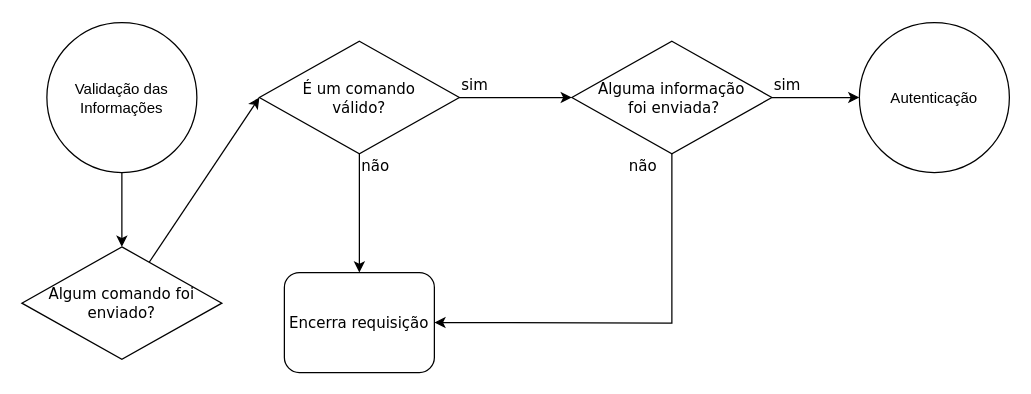
The draw.io diagram page "Validação" (2 of 5) of diagramas e dados/diagramas/http.drawio in rhulio/tcc, before the edit. Source tidied: cells renumbered, new cells numbered last; positions are measured from the earlier drawing's top-left corner, leaving out a move shared by most shapes. Both pictures are drawn from the tidied source at 125%, with x=0, y=0 at pixel (21, 22).
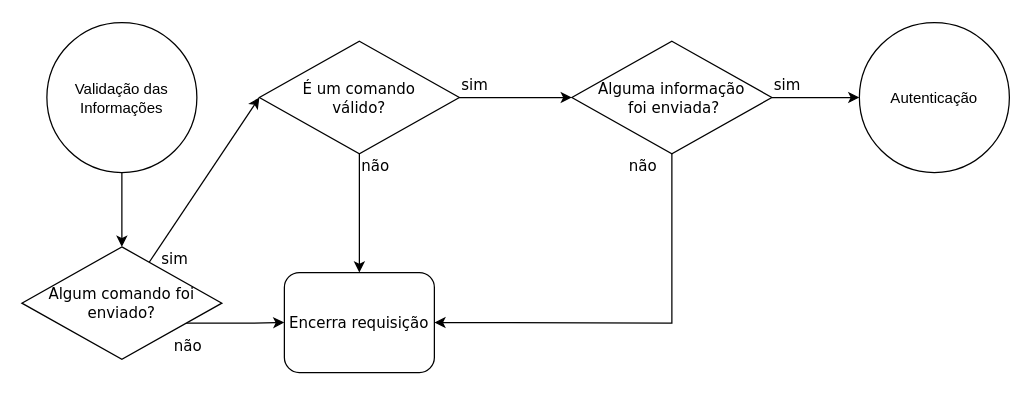
The same page after the edit.

The change refers to these unchanged cells:
```xml
<mxCell id="5" value="&lt;font face=&quot;Verdana&quot;&gt;Algum comando foi enviado?&lt;/font&gt;&lt;br&gt;" style="rhombus;whiteSpace=wrap;html=1;" parent="1" vertex="1">
  <mxGeometry y="179" width="160" height="90" as="geometry" />
</mxCell>
<mxCell id="9" value="Encerra requisição&lt;br&gt;" style="rounded=1;whiteSpace=wrap;html=1;shadow=0;labelBackgroundColor=none;strokeColor=#000000;strokeWidth=1;fillColor=#ffffff;fontFamily=Verdana;fontSize=12;fontColor=#000000;align=center;" parent="1" vertex="1">
  <mxGeometry x="210" y="199.5" width="120" height="80" as="geometry" />
</mxCell>
```

Diff of the diagram source:
```diff
@@
+    <mxCell id="18" style="edgeStyle=orthogonalEdgeStyle;rounded=0;jettySize=auto;html=1;exitX=1;exitY=1;exitDx=0;exitDy=0;entryX=0;entryY=0.5;entryDx=0;entryDy=0;" parent="1" edge="1" source="5" target="9">
+      <mxGeometry relative="1" as="geometry">
+        <Array as="points">
+          <mxPoint x="120" y="240" />
+          <mxPoint x="185" y="240" />
+        </Array>
+      </mxGeometry>
+    </mxCell>
@@
+    <mxCell id="19" value="&lt;font face=&quot;Verdana&quot;&gt;sim&lt;/font&gt;" style="text;html=1;align=left;verticalAlign=top;spacingTop=-4;" parent="1" vertex="1">
+      <mxGeometry x="110" y="179" width="40" height="20" as="geometry" />
+    </mxCell>
+    <mxCell id="20" value="&lt;font face=&quot;Verdana&quot;&gt;não&lt;/font&gt;" style="text;html=1;align=left;verticalAlign=top;spacingTop=-4;" parent="1" vertex="1">
+      <mxGeometry x="120" y="249" width="40" height="20" as="geometry" />
+    </mxCell>
```
